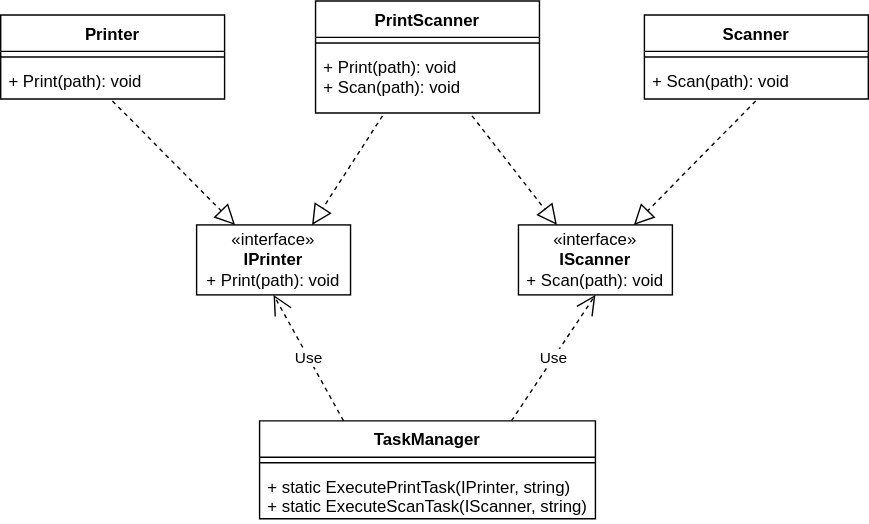
Earlier version of the draw.io export Week 3/TaskManager/TaskManagerLLD.svg (rnachiappan123/Zeiss-Freshers-Bootcamp-2024). Source tidied: cells renumbered, new cells last; positions are measured from the earlier drawing's top-left corner, leaving out a move shared by most shapes. Source of this version:
```xml
<mxGraphModel>
  <root>
    <mxCell id="0" />
    <mxCell id="1" parent="0" />
    <mxCell id="2" value="Printer" style="swimlane;fontStyle=1;align=center;verticalAlign=top;horizontal=1;startSize=26;whiteSpace=wrap;html=1;" parent="1" vertex="1">
      <mxGeometry y="10" width="160" height="60" as="geometry" />
    </mxCell>
    <mxCell id="3" style="line;strokeWidth=1;fillColor=none;align=left;verticalAlign=middle;spacingTop=-1;spacingLeft=3;spacingRight=3;labelPosition=right;strokeColor=inherit;" parent="2" vertex="1">
      <mxGeometry y="26" width="160" height="8" as="geometry" />
    </mxCell>
    <mxCell id="4" value="+ Print(path): void" style="text;strokeColor=none;fillColor=none;align=left;verticalAlign=top;spacingLeft=4;spacingRight=4;overflow=hidden;points=[[0,0.5],[1,0.5]];portConstraint=eastwest;whiteSpace=wrap;html=1;" parent="2" vertex="1">
      <mxGeometry y="34" width="160" height="26" as="geometry" />
    </mxCell>
    <mxCell id="5" value="Scanner" style="swimlane;fontStyle=1;align=center;verticalAlign=top;horizontal=1;startSize=26;whiteSpace=wrap;html=1;" parent="1" vertex="1">
      <mxGeometry x="460" y="10" width="160" height="60" as="geometry" />
    </mxCell>
    <mxCell id="6" style="line;strokeWidth=1;fillColor=none;align=left;verticalAlign=middle;spacingTop=-1;spacingLeft=3;spacingRight=3;labelPosition=right;strokeColor=inherit;" parent="5" vertex="1">
      <mxGeometry y="26" width="160" height="8" as="geometry" />
    </mxCell>
    <mxCell id="7" value="+ Scan(path): void" style="text;strokeColor=none;fillColor=none;align=left;verticalAlign=top;spacingLeft=4;spacingRight=4;overflow=hidden;points=[[0,0.5],[1,0.5]];portConstraint=eastwest;whiteSpace=wrap;html=1;" parent="5" vertex="1">
      <mxGeometry y="34" width="160" height="26" as="geometry" />
    </mxCell>
    <mxCell id="8" value="PrintScanner" style="swimlane;fontStyle=1;align=center;verticalAlign=top;horizontal=1;startSize=26;whiteSpace=wrap;html=1;" parent="1" vertex="1">
      <mxGeometry x="225" width="160" height="80" as="geometry" />
    </mxCell>
    <mxCell id="9" style="line;strokeWidth=1;fillColor=none;align=left;verticalAlign=middle;spacingTop=-1;spacingLeft=3;spacingRight=3;labelPosition=right;strokeColor=inherit;" parent="8" vertex="1">
      <mxGeometry y="26" width="160" height="8" as="geometry" />
    </mxCell>
    <mxCell id="10" value="+ Print(path): void&lt;br&gt;+ Scan(path): void" style="text;strokeColor=none;fillColor=none;align=left;verticalAlign=top;spacingLeft=4;spacingRight=4;overflow=hidden;points=[[0,0.5],[1,0.5]];portConstraint=eastwest;whiteSpace=wrap;html=1;" parent="8" vertex="1">
      <mxGeometry y="34" width="160" height="46" as="geometry" />
    </mxCell>
    <mxCell id="11" value="«interface»&lt;br&gt;&lt;b&gt;IPrinter&lt;br&gt;&lt;/b&gt;+ Print(path): void" style="html=1;whiteSpace=wrap;" parent="1" vertex="1">
      <mxGeometry x="140" y="160" width="110" height="50" as="geometry" />
    </mxCell>
    <mxCell id="12" value="«interface»&lt;br&gt;&lt;b&gt;IScanner&lt;br&gt;&lt;/b&gt;+ Scan(path): void" style="html=1;whiteSpace=wrap;" parent="1" vertex="1">
      <mxGeometry x="370" y="160" width="110" height="50" as="geometry" />
    </mxCell>
    <mxCell id="13" style="endArrow=block;dashed=1;endFill=0;endSize=12;html=1;rounded=0;exitX=0.499;exitY=1.054;exitDx=0;exitDy=0;exitPerimeter=0;entryX=0.25;entryY=0;entryDx=0;entryDy=0;" parent="1" edge="1" source="4" target="11">
      <mxGeometry relative="1" as="geometry" />
    </mxCell>
    <mxCell id="14" style="endArrow=block;dashed=1;endFill=0;endSize=12;html=1;rounded=0;exitX=0.299;exitY=1.045;exitDx=0;exitDy=0;exitPerimeter=0;entryX=0.75;entryY=0;entryDx=0;entryDy=0;" parent="1" edge="1" source="10" target="11">
      <mxGeometry relative="1" as="geometry" />
    </mxCell>
    <mxCell id="15" style="endArrow=block;dashed=1;endFill=0;endSize=12;html=1;rounded=0;exitX=0.699;exitY=1.045;exitDx=0;exitDy=0;exitPerimeter=0;entryX=0.25;entryY=0;entryDx=0;entryDy=0;" parent="1" edge="1" source="10" target="12">
      <mxGeometry relative="1" as="geometry" />
    </mxCell>
    <mxCell id="16" style="endArrow=block;dashed=1;endFill=0;endSize=12;html=1;rounded=0;exitX=0.497;exitY=1.054;exitDx=0;exitDy=0;exitPerimeter=0;entryX=0.75;entryY=0;entryDx=0;entryDy=0;" parent="1" edge="1" source="7" target="12">
      <mxGeometry relative="1" as="geometry" />
    </mxCell>
    <mxCell id="17" value="TaskManager" style="swimlane;fontStyle=1;align=center;verticalAlign=top;horizontal=1;startSize=26;whiteSpace=wrap;html=1;" parent="1" vertex="1">
      <mxGeometry x="185" y="300" width="240" height="70" as="geometry" />
    </mxCell>
    <mxCell id="18" style="line;strokeWidth=1;fillColor=none;align=left;verticalAlign=middle;spacingTop=-1;spacingLeft=3;spacingRight=3;labelPosition=right;strokeColor=inherit;" parent="17" vertex="1">
      <mxGeometry y="26" width="240" height="8" as="geometry" />
    </mxCell>
    <mxCell id="19" value="+ static ExecutePrintTask(IPrinter, string)&lt;br&gt;+ static ExecuteScanTask(IScanner, string)" style="text;strokeColor=none;fillColor=none;align=left;verticalAlign=top;spacingLeft=4;spacingRight=4;overflow=hidden;whiteSpace=wrap;html=1;" parent="17" vertex="1">
      <mxGeometry y="34" width="240" height="36" as="geometry" />
    </mxCell>
    <mxCell id="20" value="Use" style="endArrow=open;endSize=12;dashed=1;html=1;rounded=0;exitX=0.75;exitY=0;exitDx=0;exitDy=0;entryX=0.5;entryY=1;entryDx=0;entryDy=0;" parent="1" edge="1" source="17" target="12">
      <mxGeometry relative="1" as="geometry" />
    </mxCell>
    <mxCell id="21" value="Use" style="endArrow=open;endSize=12;dashed=1;html=1;rounded=0;exitX=0.25;exitY=0;exitDx=0;exitDy=0;entryX=0.5;entryY=1;entryDx=0;entryDy=0;" parent="1" edge="1" source="17" target="11">
      <mxGeometry relative="1" as="geometry" />
    </mxCell>
  </root>
</mxGraphModel>
```
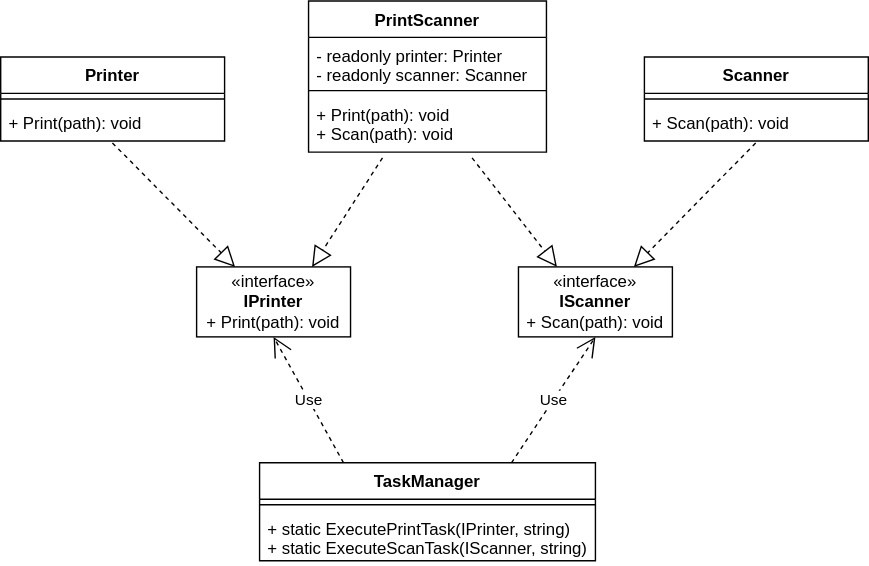
After the change.

Change to the diagram source:
```diff
@@ -20,15 +20,6 @@
     <mxCell id="7" value="+ Scan(path): void" style="text;strokeColor=none;fillColor=none;align=left;verticalAlign=top;spacingLeft=4;spacingRight=4;overflow=hidden;points=[[0,0.5],[1,0.5]];portConstraint=eastwest;whiteSpace=wrap;html=1;" parent="5" vertex="1">
       <mxGeometry y="34" width="160" height="26" as="geometry" />
     </mxCell>
-    <mxCell id="8" value="PrintScanner" style="swimlane;fontStyle=1;align=center;verticalAlign=top;horizontal=1;startSize=26;whiteSpace=wrap;html=1;" parent="1" vertex="1">
-      <mxGeometry x="225" width="160" height="80" as="geometry" />
-    </mxCell>
-    <mxCell id="9" style="line;strokeWidth=1;fillColor=none;align=left;verticalAlign=middle;spacingTop=-1;spacingLeft=3;spacingRight=3;labelPosition=right;strokeColor=inherit;" parent="8" vertex="1">
-      <mxGeometry y="26" width="160" height="8" as="geometry" />
-    </mxCell>
-    <mxCell id="10" value="+ Print(path): void&lt;br&gt;+ Scan(path): void" style="text;strokeColor=none;fillColor=none;align=left;verticalAlign=top;spacingLeft=4;spacingRight=4;overflow=hidden;points=[[0,0.5],[1,0.5]];portConstraint=eastwest;whiteSpace=wrap;html=1;" parent="8" vertex="1">
-      <mxGeometry y="34" width="160" height="46" as="geometry" />
-    </mxCell>
     <mxCell id="11" value="«interface»&lt;br&gt;&lt;b&gt;IPrinter&lt;br&gt;&lt;/b&gt;+ Print(path): void" style="html=1;whiteSpace=wrap;" parent="1" vertex="1">
       <mxGeometry x="140" y="160" width="110" height="50" as="geometry" />
     </mxCell>
@@ -38,11 +29,15 @@
     <mxCell id="13" style="endArrow=block;dashed=1;endFill=0;endSize=12;html=1;rounded=0;exitX=0.499;exitY=1.054;exitDx=0;exitDy=0;exitPerimeter=0;entryX=0.25;entryY=0;entryDx=0;entryDy=0;" parent="1" edge="1" source="4" target="11">
       <mxGeometry relative="1" as="geometry" />
     </mxCell>
-    <mxCell id="14" style="endArrow=block;dashed=1;endFill=0;endSize=12;html=1;rounded=0;exitX=0.299;exitY=1.045;exitDx=0;exitDy=0;exitPerimeter=0;entryX=0.75;entryY=0;entryDx=0;entryDy=0;" parent="1" edge="1" source="10" target="11">
-      <mxGeometry relative="1" as="geometry" />
+    <mxCell id="14" style="endArrow=block;dashed=1;endFill=0;endSize=12;html=1;rounded=0;exitX=0.299;exitY=1.045;exitDx=0;exitDy=0;exitPerimeter=0;entryX=0.75;entryY=0;entryDx=0;entryDy=0;" parent="1" edge="1" target="11">
+      <mxGeometry relative="1" as="geometry">
+        <mxPoint x="272.8" y="82.1" as="sourcePoint" />
+      </mxGeometry>
     </mxCell>
-    <mxCell id="15" style="endArrow=block;dashed=1;endFill=0;endSize=12;html=1;rounded=0;exitX=0.699;exitY=1.045;exitDx=0;exitDy=0;exitPerimeter=0;entryX=0.25;entryY=0;entryDx=0;entryDy=0;" parent="1" edge="1" source="10" target="12">
-      <mxGeometry relative="1" as="geometry" />
+    <mxCell id="15" style="endArrow=block;dashed=1;endFill=0;endSize=12;html=1;rounded=0;exitX=0.699;exitY=1.045;exitDx=0;exitDy=0;exitPerimeter=0;entryX=0.25;entryY=0;entryDx=0;entryDy=0;" parent="1" edge="1" target="12">
+      <mxGeometry relative="1" as="geometry">
+        <mxPoint x="336.8" y="82.1" as="sourcePoint" />
+      </mxGeometry>
     </mxCell>
     <mxCell id="16" style="endArrow=block;dashed=1;endFill=0;endSize=12;html=1;rounded=0;exitX=0.497;exitY=1.054;exitDx=0;exitDy=0;exitPerimeter=0;entryX=0.75;entryY=0;entryDx=0;entryDy=0;" parent="1" edge="1" source="7" target="12">
       <mxGeometry relative="1" as="geometry" />
@@ -62,5 +57,17 @@
     <mxCell id="21" value="Use" style="endArrow=open;endSize=12;dashed=1;html=1;rounded=0;exitX=0.25;exitY=0;exitDx=0;exitDy=0;entryX=0.5;entryY=1;entryDx=0;entryDy=0;" parent="1" edge="1" source="17" target="11">
       <mxGeometry relative="1" as="geometry" />
     </mxCell>
+    <mxCell id="8" value="PrintScanner" style="swimlane;fontStyle=1;align=center;verticalAlign=top;horizontal=1;startSize=26;whiteSpace=wrap;html=1;" parent="1" vertex="1">
+      <mxGeometry x="220" y="-30" width="170" height="108" as="geometry" />
+    </mxCell>
+    <mxCell id="22" value="- readonly printer: Printer&lt;br&gt;- readonly scanner: Scanner" style="text;strokeColor=none;fillColor=none;align=left;verticalAlign=top;spacingLeft=4;spacingRight=4;overflow=hidden;whiteSpace=wrap;html=1;" parent="8" vertex="1">
+      <mxGeometry y="26" width="170" height="34" as="geometry" />
+    </mxCell>
+    <mxCell id="23" style="line;strokeWidth=1;fillColor=none;align=left;verticalAlign=middle;spacingTop=-1;spacingLeft=3;spacingRight=3;labelPosition=right;strokeColor=inherit;" parent="8" vertex="1">
+      <mxGeometry y="60" width="170" height="8" as="geometry" />
+    </mxCell>
+    <mxCell id="10" value="+ Print(path): void&lt;br style=&quot;border-color: var(--border-color);&quot;&gt;+ Scan(path): void" style="text;strokeColor=none;fillColor=none;align=left;verticalAlign=top;spacingLeft=4;spacingRight=4;overflow=hidden;points=[[0,0.5],[1,0.5]];portConstraint=eastwest;whiteSpace=wrap;html=1;" parent="8" vertex="1">
+      <mxGeometry y="68" width="170" height="40" as="geometry" />
+    </mxCell>
   </root>
 </mxGraphModel>
```
